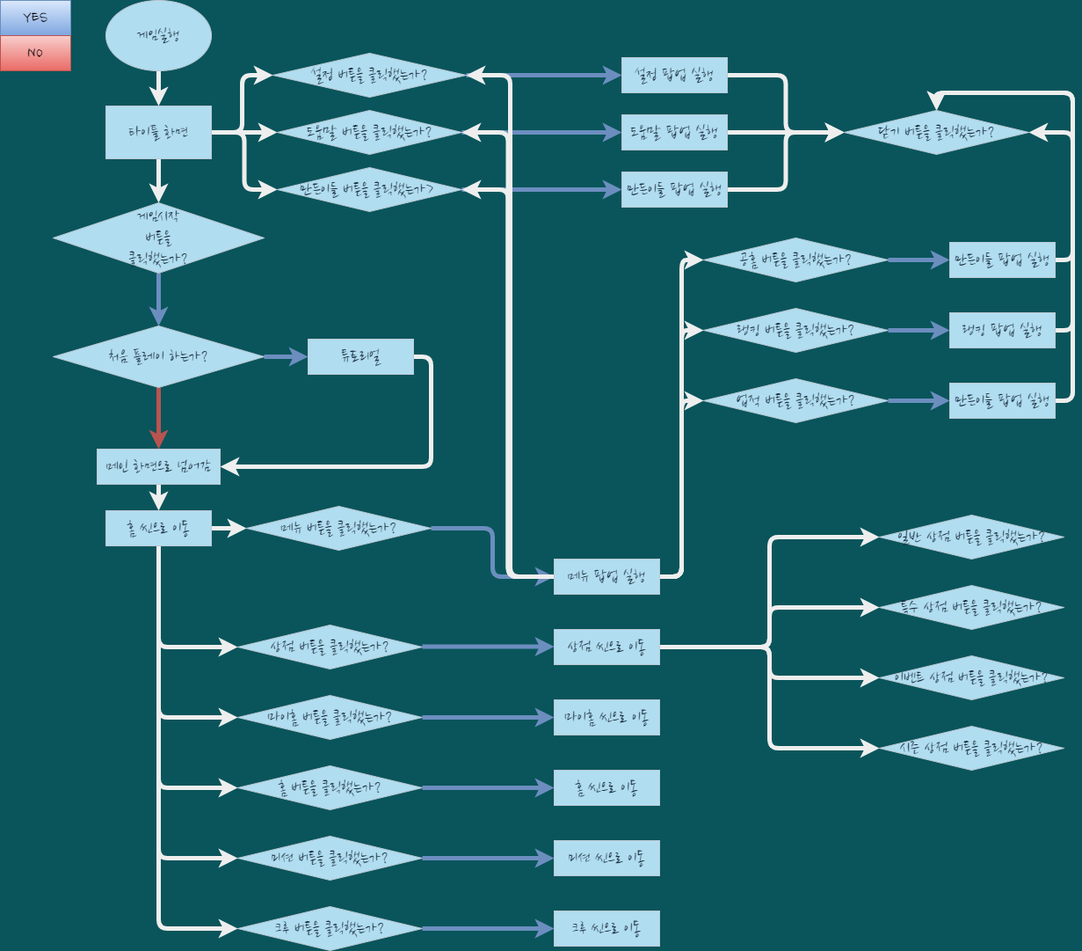
Earlier version of the draw.io export gameplay_flowchat.drawio.png (kinesis19/stac_project_SME). Source tidied: cells renumbered, new cells last; positions are measured from the earlier drawing's top-left corner, leaving out a move shared by most shapes.
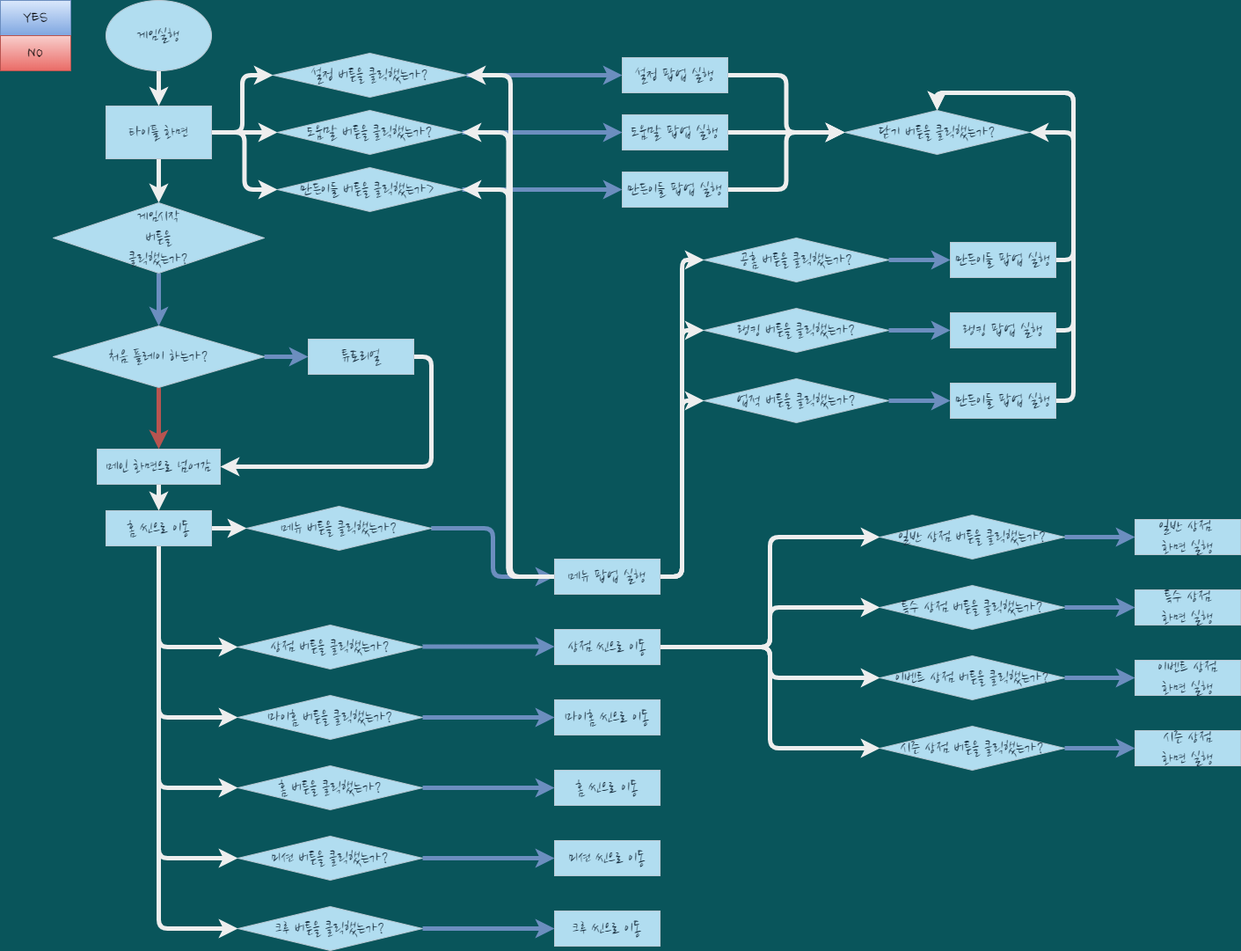
The same file after the commit.

Diff of the diagram source:
```diff
@@ -253,6 +253,9 @@
         <mxPoint x="630" y="734.5" as="targetPoint" />
       </mxGeometry>
     </mxCell>
+    <mxCell id="84" style="edgeStyle=orthogonalEdgeStyle;curved=0;rounded=1;sketch=0;jettySize=auto;html=1;exitX=1;exitY=0.5;exitDx=0;exitDy=0;entryX=0;entryY=0.5;entryDx=0;entryDy=0;fontColor=#FFFFFF;strokeColor=#6c8ebf;strokeWidth=5;fillColor=#dae8fc;gradientColor=#7ea6e0;" parent="1" edge="1" source="80" target="85">
+      <mxGeometry relative="1" as="geometry" />
+    </mxCell>
     <mxCell id="80" value="일반 상점 버튼을 클릭했는가?" style="rhombus;whiteSpace=wrap;html=1;rounded=0;sketch=0;fontFamily=Nanum Brush Script;fontSource=https%3A%2F%2Ffonts.googleapis.com%2Fcss%3Ffamily%3DNanum%2BBrush%2BScript;fontSize=20;fillColor=#B1DDF0;strokeColor=#BAC8D3;fontColor=#182E3E;" parent="1" vertex="1">
       <mxGeometry x="1000" y="585" width="210" height="50" as="geometry" />
     </mxCell>
@@ -265,5 +268,32 @@
     <mxCell id="83" value="시즌 상점 버튼을 클릭했는가?" style="rhombus;whiteSpace=wrap;html=1;rounded=0;sketch=0;fontFamily=Nanum Brush Script;fontSource=https%3A%2F%2Ffonts.googleapis.com%2Fcss%3Ffamily%3DNanum%2BBrush%2BScript;fontSize=20;fillColor=#B1DDF0;strokeColor=#BAC8D3;fontColor=#182E3E;" parent="1" vertex="1">
       <mxGeometry x="1000" y="825" width="210" height="50" as="geometry" />
     </mxCell>
+    <mxCell id="85" value="일반 상점 &lt;br&gt;화면 실행" style="rounded=0;whiteSpace=wrap;html=1;sketch=0;fontFamily=Nanum Brush Script;fontSource=https%3A%2F%2Ffonts.googleapis.com%2Fcss%3Ffamily%3DNanum%2BBrush%2BScript;fontSize=20;fillColor=#B1DDF0;strokeColor=#BAC8D3;fontColor=#182E3E;" parent="1" vertex="1">
+      <mxGeometry x="1290" y="590" width="120" height="40" as="geometry" />
+    </mxCell>
+    <mxCell id="86" style="edgeStyle=orthogonalEdgeStyle;curved=0;rounded=1;sketch=0;jettySize=auto;html=1;exitX=1;exitY=0.5;exitDx=0;exitDy=0;entryX=0;entryY=0.5;entryDx=0;entryDy=0;fontColor=#FFFFFF;strokeColor=#6c8ebf;strokeWidth=5;fillColor=#dae8fc;gradientColor=#7ea6e0;" parent="1" edge="1" target="87">
+      <mxGeometry relative="1" as="geometry">
+        <mxPoint x="1210" y="690" as="sourcePoint" />
+      </mxGeometry>
+    </mxCell>
+    <mxCell id="87" value="특수 상점&lt;br&gt;화면 실행" style="rounded=0;whiteSpace=wrap;html=1;sketch=0;fontFamily=Nanum Brush Script;fontSource=https%3A%2F%2Ffonts.googleapis.com%2Fcss%3Ffamily%3DNanum%2BBrush%2BScript;fontSize=20;fillColor=#B1DDF0;strokeColor=#BAC8D3;fontColor=#182E3E;" parent="1" vertex="1">
+      <mxGeometry x="1290" y="670" width="120" height="40" as="geometry" />
+    </mxCell>
+    <mxCell id="88" style="edgeStyle=orthogonalEdgeStyle;curved=0;rounded=1;sketch=0;jettySize=auto;html=1;exitX=1;exitY=0.5;exitDx=0;exitDy=0;entryX=0;entryY=0.5;entryDx=0;entryDy=0;fontColor=#FFFFFF;strokeColor=#6c8ebf;strokeWidth=5;fillColor=#dae8fc;gradientColor=#7ea6e0;" parent="1" edge="1" target="89">
+      <mxGeometry relative="1" as="geometry">
+        <mxPoint x="1210" y="770" as="sourcePoint" />
+      </mxGeometry>
+    </mxCell>
+    <mxCell id="89" value="이벤트 상점&lt;br&gt;화면 실행" style="rounded=0;whiteSpace=wrap;html=1;sketch=0;fontFamily=Nanum Brush Script;fontSource=https%3A%2F%2Ffonts.googleapis.com%2Fcss%3Ffamily%3DNanum%2BBrush%2BScript;fontSize=20;fillColor=#B1DDF0;strokeColor=#BAC8D3;fontColor=#182E3E;" parent="1" vertex="1">
+      <mxGeometry x="1290" y="750" width="120" height="40" as="geometry" />
+    </mxCell>
+    <mxCell id="90" style="edgeStyle=orthogonalEdgeStyle;curved=0;rounded=1;sketch=0;jettySize=auto;html=1;exitX=1;exitY=0.5;exitDx=0;exitDy=0;entryX=0;entryY=0.5;entryDx=0;entryDy=0;fontColor=#FFFFFF;strokeColor=#6c8ebf;strokeWidth=5;fillColor=#dae8fc;gradientColor=#7ea6e0;" parent="1" edge="1" target="91">
+      <mxGeometry relative="1" as="geometry">
+        <mxPoint x="1210" y="850" as="sourcePoint" />
+      </mxGeometry>
+    </mxCell>
+    <mxCell id="91" value="시즌 상점&lt;br&gt;화면 실행" style="rounded=0;whiteSpace=wrap;html=1;sketch=0;fontFamily=Nanum Brush Script;fontSource=https%3A%2F%2Ffonts.googleapis.com%2Fcss%3Ffamily%3DNanum%2BBrush%2BScript;fontSize=20;fillColor=#B1DDF0;strokeColor=#BAC8D3;fontColor=#182E3E;" parent="1" vertex="1">
+      <mxGeometry x="1290" y="830" width="120" height="40" as="geometry" />
+    </mxCell>
   </root>
 </mxGraphModel>
```
